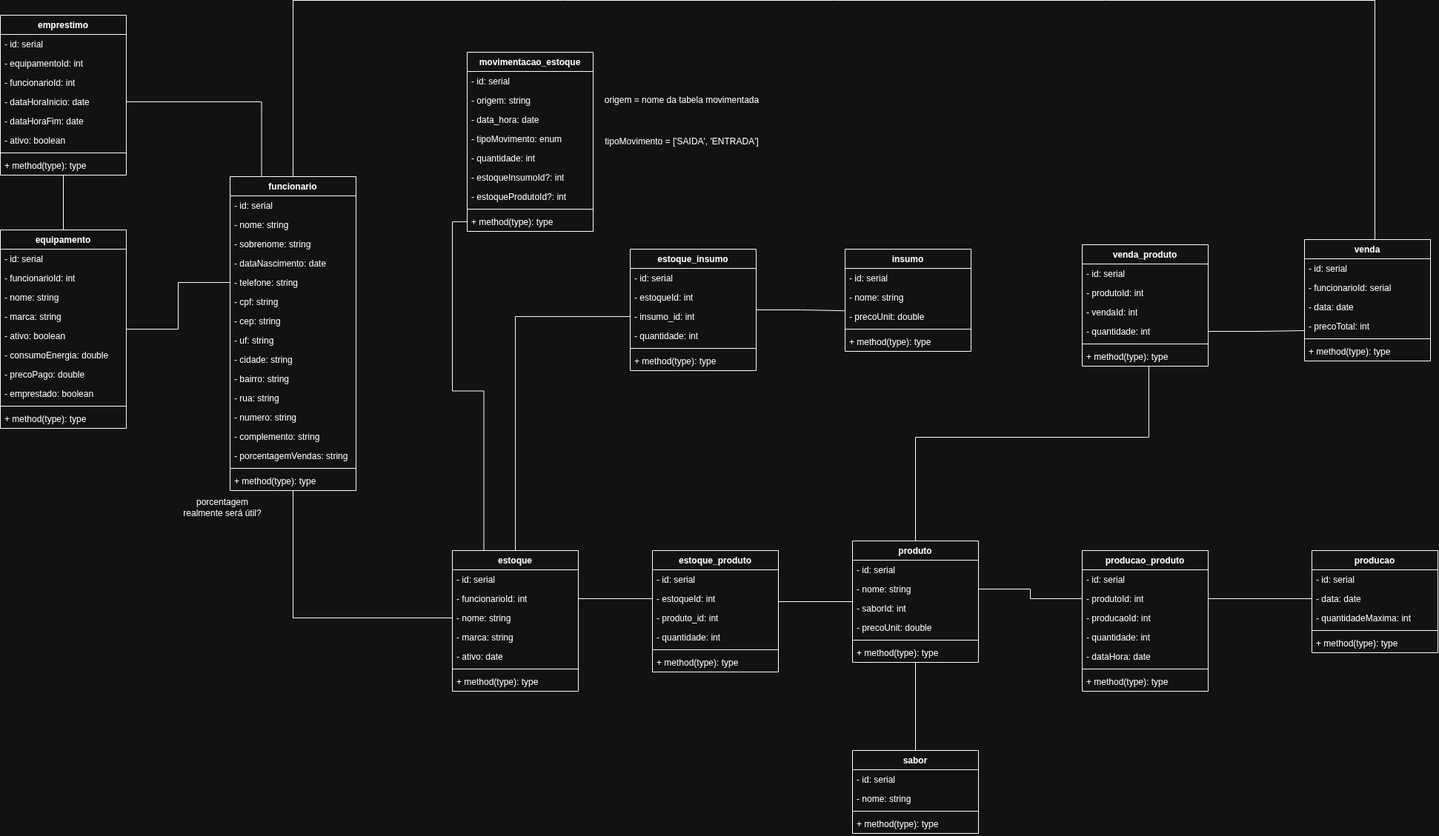
Above: docs/diagramas/diagrama-de-classes.png in kaue0000/autonium-api (draw.io), before the change. Source tidied: cells renumbered, new cells last; positions are measured from the earlier drawing's top-left corner, leaving out a move shared by most shapes.
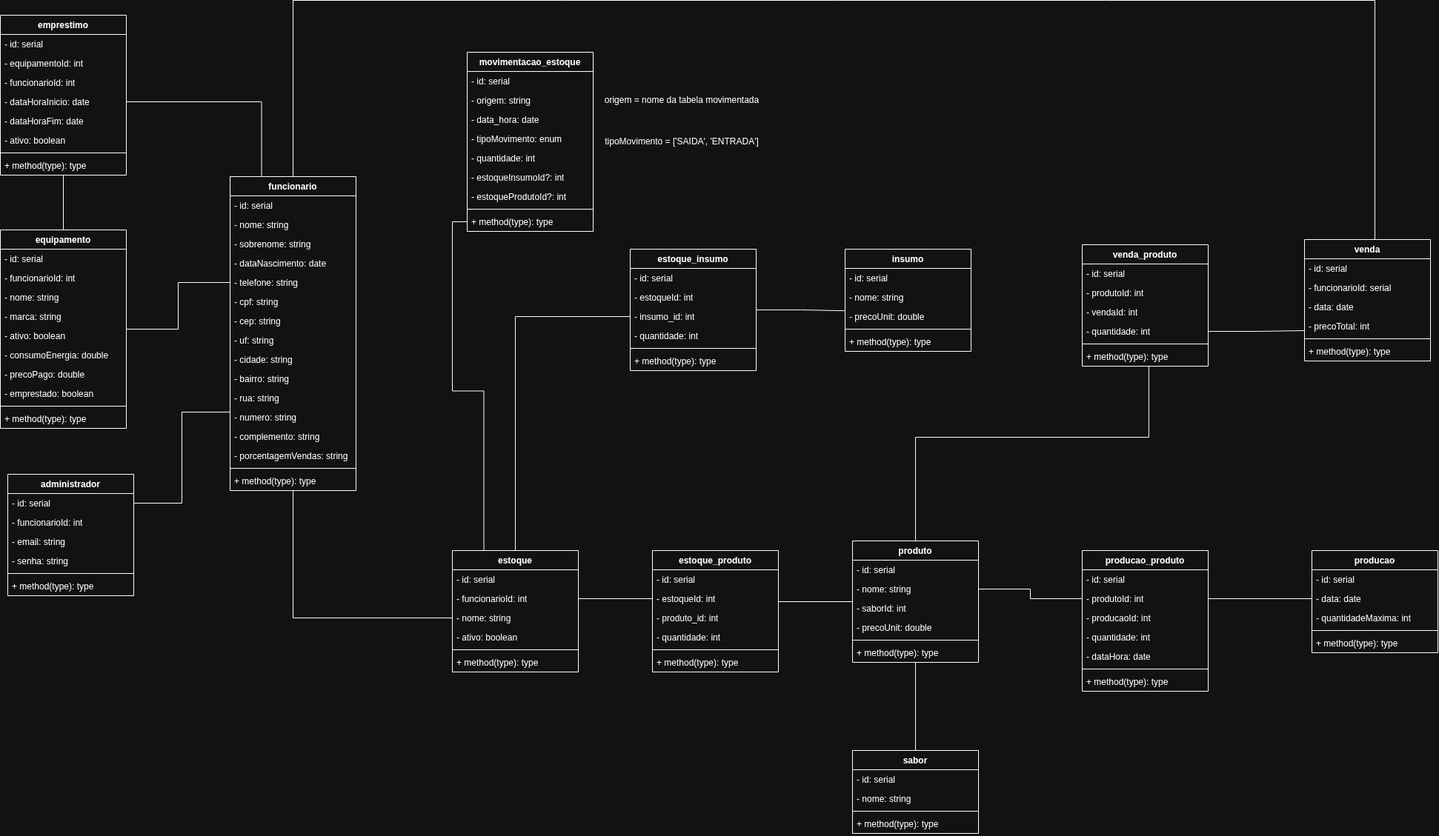
After the change.

Commit message:
docs: Adiciona tabela administradores ao diagrama de classes

The edit, as a diff of the source:
```diff
@@ -16,6 +16,9 @@
     <mxCell id="4" style="edgeStyle=orthogonalEdgeStyle;rounded=0;jettySize=auto;html=1;exitX=0.25;exitY=0;exitDx=0;exitDy=0;entryX=1;entryY=0.5;entryDx=0;entryDy=0;defaultLabelBackgroundColor=page;endArrow=none;endFill=0;" parent="1" edge="1" source="5" target="130">
       <mxGeometry relative="1" as="geometry" />
     </mxCell>
+    <mxCell id="135" style="edgeStyle=orthogonalEdgeStyle;rounded=0;jettySize=auto;html=1;exitX=0;exitY=0.75;exitDx=0;exitDy=0;entryX=1;entryY=0.5;entryDx=0;entryDy=0;defaultLabelBackgroundColor=page;endArrow=none;endFill=0;" parent="1" edge="1" source="5" target="137">
+      <mxGeometry relative="1" as="geometry" />
+    </mxCell>
     <mxCell id="5" value="funcionario" style="swimlane;fontStyle=1;align=center;verticalAlign=top;horizontal=1;startSize=26;whiteSpace=wrap;html=1;" parent="1" vertex="1">
       <mxGeometry x="310" y="238" width="170" height="424" as="geometry" />
     </mxCell>
@@ -67,9 +70,6 @@
     <mxCell id="21" value="+ method(type): type" style="text;strokeColor=none;fillColor=none;align=left;verticalAlign=top;spacingLeft=4;spacingRight=4;overflow=hidden;whiteSpace=wrap;html=1;" parent="5" vertex="1">
       <mxGeometry y="398" width="170" height="26" as="geometry" />
     </mxCell>
-    <mxCell id="22" value="porcentagem realmente será útil?" style="text;html=1;whiteSpace=wrap;strokeColor=none;fillColor=none;align=center;verticalAlign=middle;rounded=0;" parent="1" vertex="1">
-      <mxGeometry x="240" y="670" width="120" height="30" as="geometry" />
-    </mxCell>
     <mxCell id="23" style="edgeStyle=orthogonalEdgeStyle;rounded=0;jettySize=auto;html=1;entryX=0.5;entryY=1;entryDx=0;entryDy=0;defaultLabelBackgroundColor=page;endArrow=none;endFill=0;" parent="1" edge="1" source="24" target="126">
       <mxGeometry relative="1" as="geometry" />
     </mxCell>
@@ -116,7 +116,7 @@
       <mxGeometry relative="1" as="geometry" />
     </mxCell>
     <mxCell id="38" value="estoque" style="swimlane;fontStyle=1;align=center;verticalAlign=top;horizontal=1;startSize=26;whiteSpace=wrap;html=1;" parent="1" vertex="1">
-      <mxGeometry x="610" y="743" width="170" height="190" as="geometry" />
+      <mxGeometry x="610" y="743" width="170" height="164" as="geometry" />
     </mxCell>
     <mxCell id="39" value="- id: serial" style="text;strokeColor=none;fillColor=none;align=left;verticalAlign=top;spacingLeft=4;spacingRight=4;overflow=hidden;whiteSpace=wrap;html=1;" parent="38" vertex="1">
       <mxGeometry y="26" width="170" height="26" as="geometry" />
@@ -127,17 +127,14 @@
     <mxCell id="41" value="- nome: string" style="text;strokeColor=none;fillColor=none;align=left;verticalAlign=top;spacingLeft=4;spacingRight=4;overflow=hidden;points=[[0,0.5],[1,0.5]];portConstraint=eastwest;whiteSpace=wrap;html=1;" parent="38" vertex="1">
       <mxGeometry y="78" width="170" height="26" as="geometry" />
     </mxCell>
-    <mxCell id="42" value="- marca: string" style="text;strokeColor=none;fillColor=none;align=left;verticalAlign=top;spacingLeft=4;spacingRight=4;overflow=hidden;whiteSpace=wrap;html=1;" parent="38" vertex="1">
-      <mxGeometry y="104" width="170" height="26" as="geometry" />
-    </mxCell>
-    <mxCell id="43" value="- ativo: date" style="text;strokeColor=none;fillColor=none;align=left;verticalAlign=top;spacingLeft=4;spacingRight=4;overflow=hidden;whiteSpace=wrap;html=1;" parent="38" vertex="1">
-      <mxGeometry y="130" width="170" height="26" as="geometry" />
+    <mxCell id="43" value="- ativo: boolean" style="text;strokeColor=none;fillColor=none;align=left;verticalAlign=top;spacingLeft=4;spacingRight=4;overflow=hidden;whiteSpace=wrap;html=1;" parent="38" vertex="1">
+      <mxGeometry y="104" width="170" height="26" as="geometry" />
     </mxCell>
     <mxCell id="44" style="line;strokeWidth=1;fillColor=none;align=left;verticalAlign=middle;spacingTop=-1;spacingLeft=3;spacingRight=3;labelPosition=right;strokeColor=inherit;labelPerimeter=1;" parent="38" vertex="1">
-      <mxGeometry y="156" width="170" height="8" as="geometry" />
+      <mxGeometry y="130" width="170" height="8" as="geometry" />
     </mxCell>
     <mxCell id="45" value="+ method(type): type" style="text;strokeColor=none;fillColor=none;align=left;verticalAlign=top;spacingLeft=4;spacingRight=4;overflow=hidden;whiteSpace=wrap;html=1;" parent="38" vertex="1">
-      <mxGeometry y="164" width="170" height="26" as="geometry" />
+      <mxGeometry y="138" width="170" height="26" as="geometry" />
     </mxCell>
     <mxCell id="46" style="edgeStyle=orthogonalEdgeStyle;rounded=0;jettySize=auto;html=1;entryX=1;entryY=0.5;entryDx=0;entryDy=0;defaultLabelBackgroundColor=page;endArrow=none;endFill=0;" parent="1" edge="1" source="10" target="24">
       <mxGeometry relative="1" as="geometry" />
@@ -418,5 +415,26 @@
     <mxCell id="134" value="+ method(type): type" style="text;strokeColor=none;fillColor=none;align=left;verticalAlign=top;spacingLeft=4;spacingRight=4;overflow=hidden;whiteSpace=wrap;html=1;" parent="126" vertex="1">
       <mxGeometry y="190" width="170" height="26" as="geometry" />
     </mxCell>
+    <mxCell id="136" value="administrador" style="swimlane;fontStyle=1;align=center;verticalAlign=top;horizontal=1;startSize=26;whiteSpace=wrap;html=1;" parent="1" vertex="1">
+      <mxGeometry x="10" y="640" width="170" height="164" as="geometry" />
+    </mxCell>
+    <mxCell id="137" value="- id: serial" style="text;strokeColor=none;fillColor=none;align=left;verticalAlign=top;spacingLeft=4;spacingRight=4;overflow=hidden;points=[[0,0.5],[1,0.5]];portConstraint=eastwest;whiteSpace=wrap;html=1;" parent="136" vertex="1">
+      <mxGeometry y="26" width="170" height="26" as="geometry" />
+    </mxCell>
+    <mxCell id="138" value="- funcionarioId: int" style="text;strokeColor=none;fillColor=none;align=left;verticalAlign=top;spacingLeft=4;spacingRight=4;overflow=hidden;whiteSpace=wrap;html=1;" parent="136" vertex="1">
+      <mxGeometry y="52" width="170" height="26" as="geometry" />
+    </mxCell>
+    <mxCell id="139" value="- email: string" style="text;strokeColor=none;fillColor=none;align=left;verticalAlign=top;spacingLeft=4;spacingRight=4;overflow=hidden;whiteSpace=wrap;html=1;" parent="136" vertex="1">
+      <mxGeometry y="78" width="170" height="26" as="geometry" />
+    </mxCell>
+    <mxCell id="140" value="- senha: string" style="text;strokeColor=none;fillColor=none;align=left;verticalAlign=top;spacingLeft=4;spacingRight=4;overflow=hidden;whiteSpace=wrap;html=1;" parent="136" vertex="1">
+      <mxGeometry y="104" width="170" height="26" as="geometry" />
+    </mxCell>
+    <mxCell id="141" style="line;strokeWidth=1;fillColor=none;align=left;verticalAlign=middle;spacingTop=-1;spacingLeft=3;spacingRight=3;labelPosition=right;strokeColor=inherit;labelPerimeter=1;" parent="136" vertex="1">
+      <mxGeometry y="130" width="170" height="8" as="geometry" />
+    </mxCell>
+    <mxCell id="142" value="+ method(type): type" style="text;strokeColor=none;fillColor=none;align=left;verticalAlign=top;spacingLeft=4;spacingRight=4;overflow=hidden;whiteSpace=wrap;html=1;" parent="136" vertex="1">
+      <mxGeometry y="138" width="170" height="26" as="geometry" />
+    </mxCell>
   </root>
 </mxGraphModel>
```
